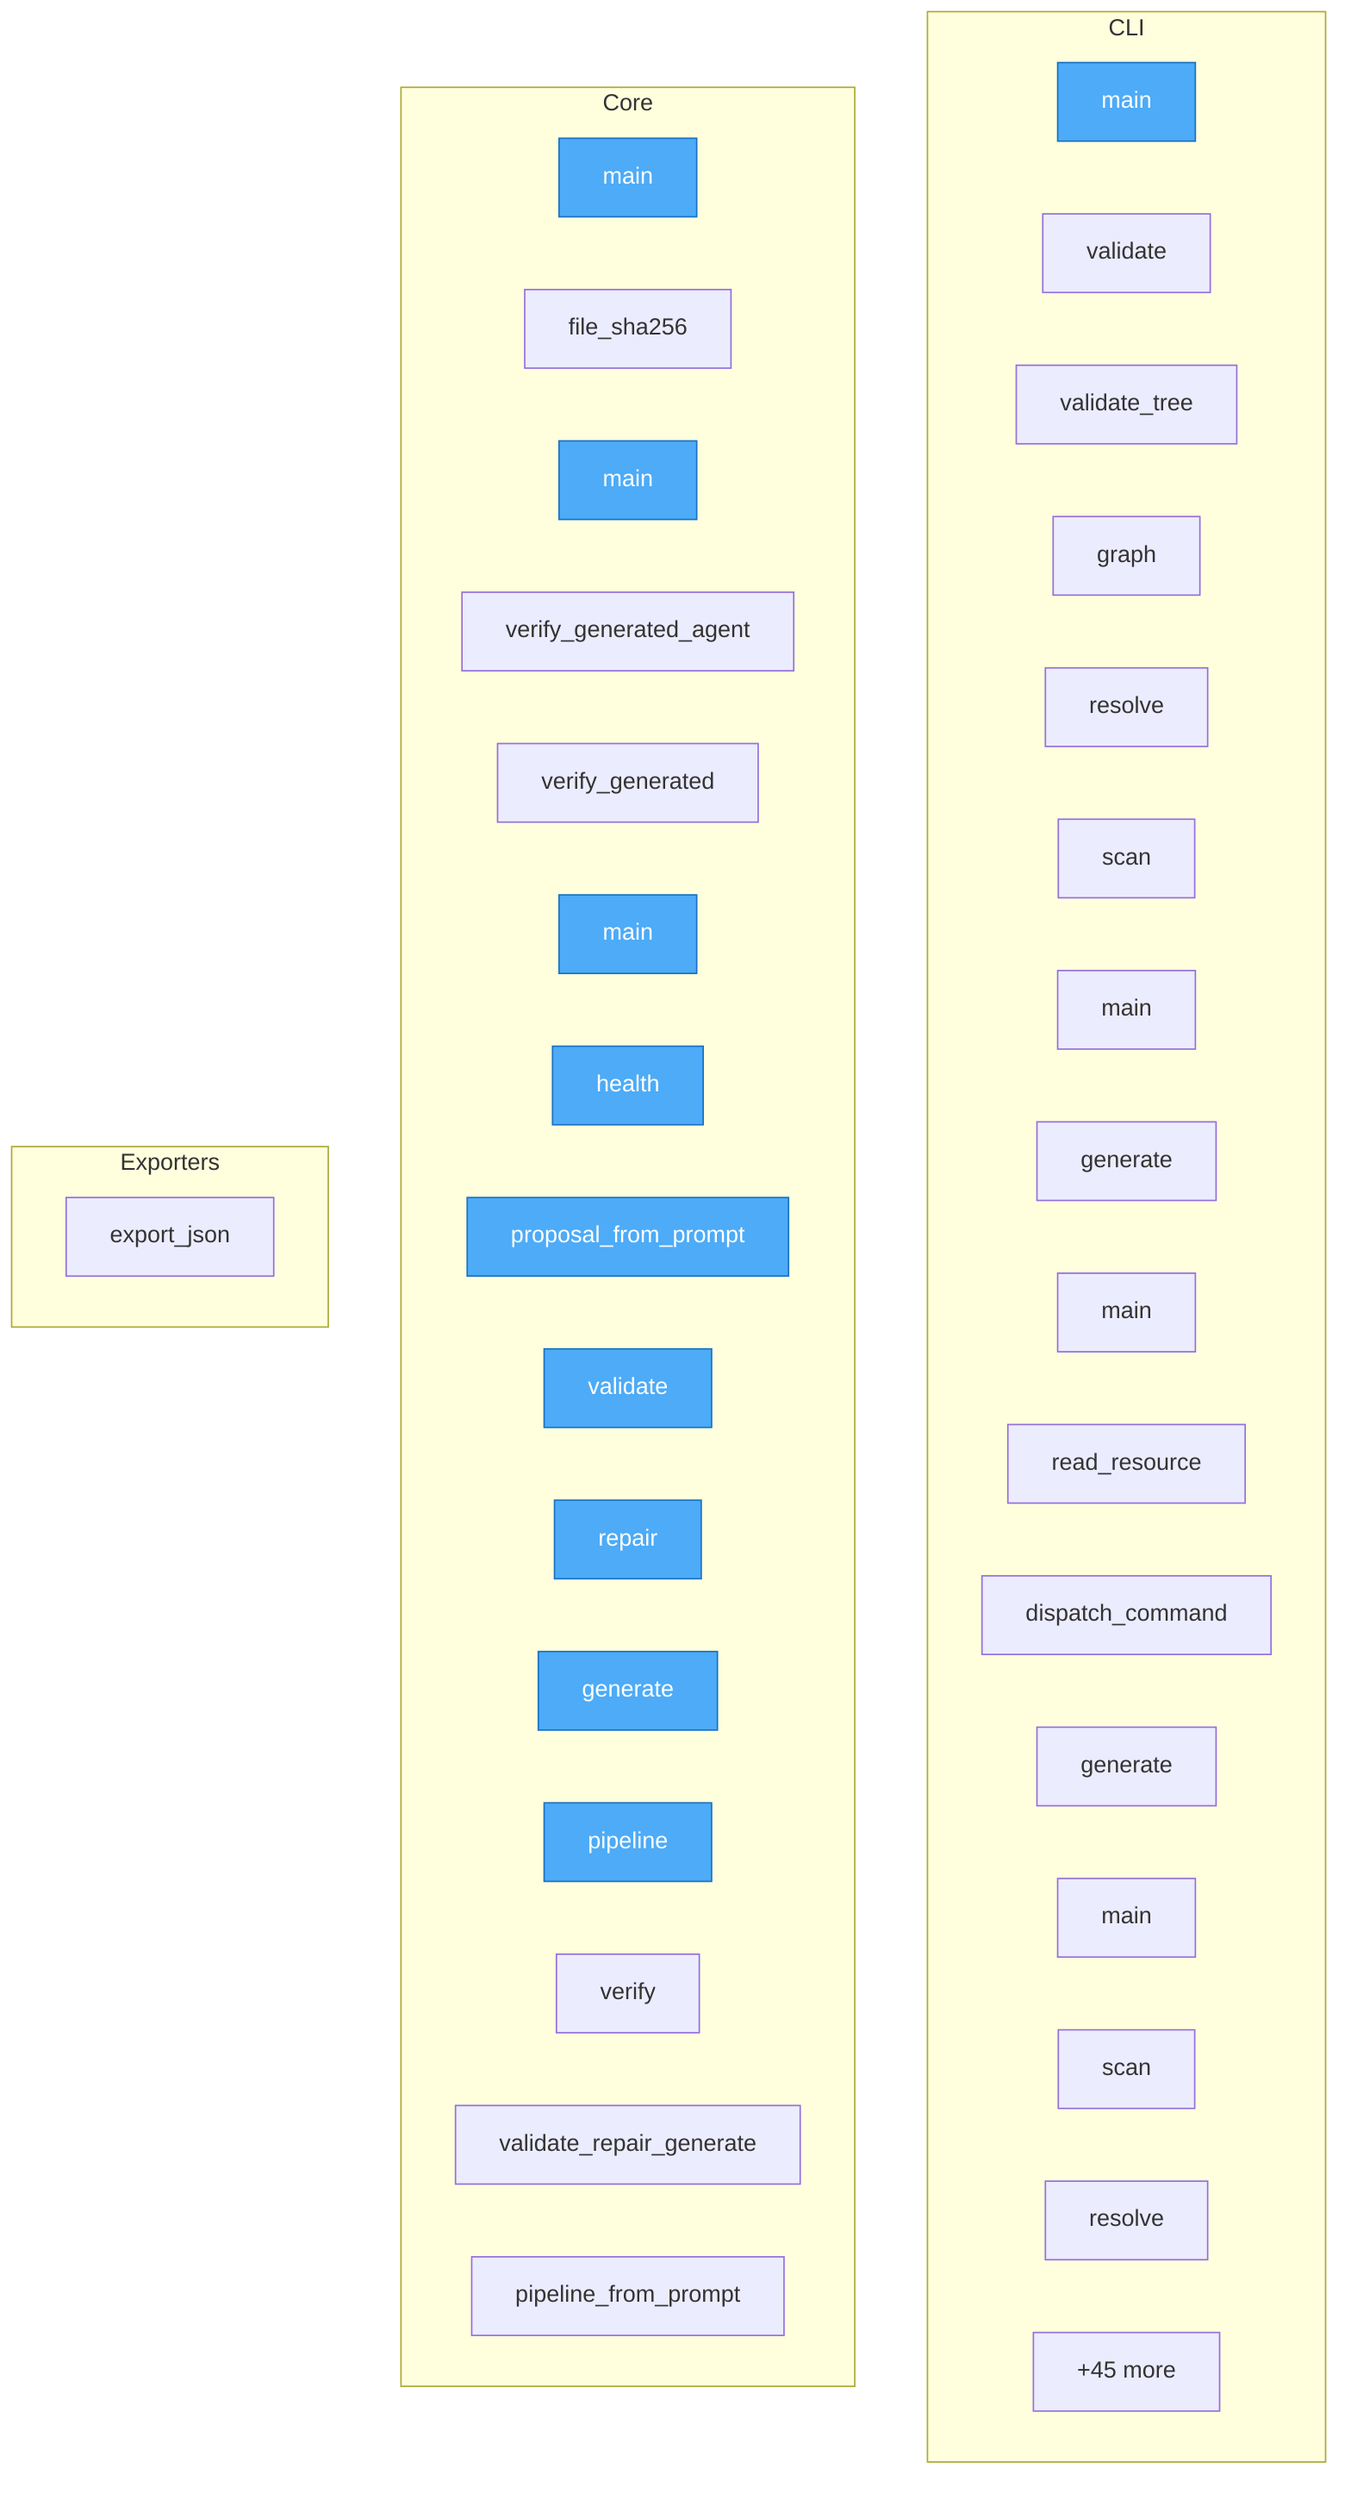
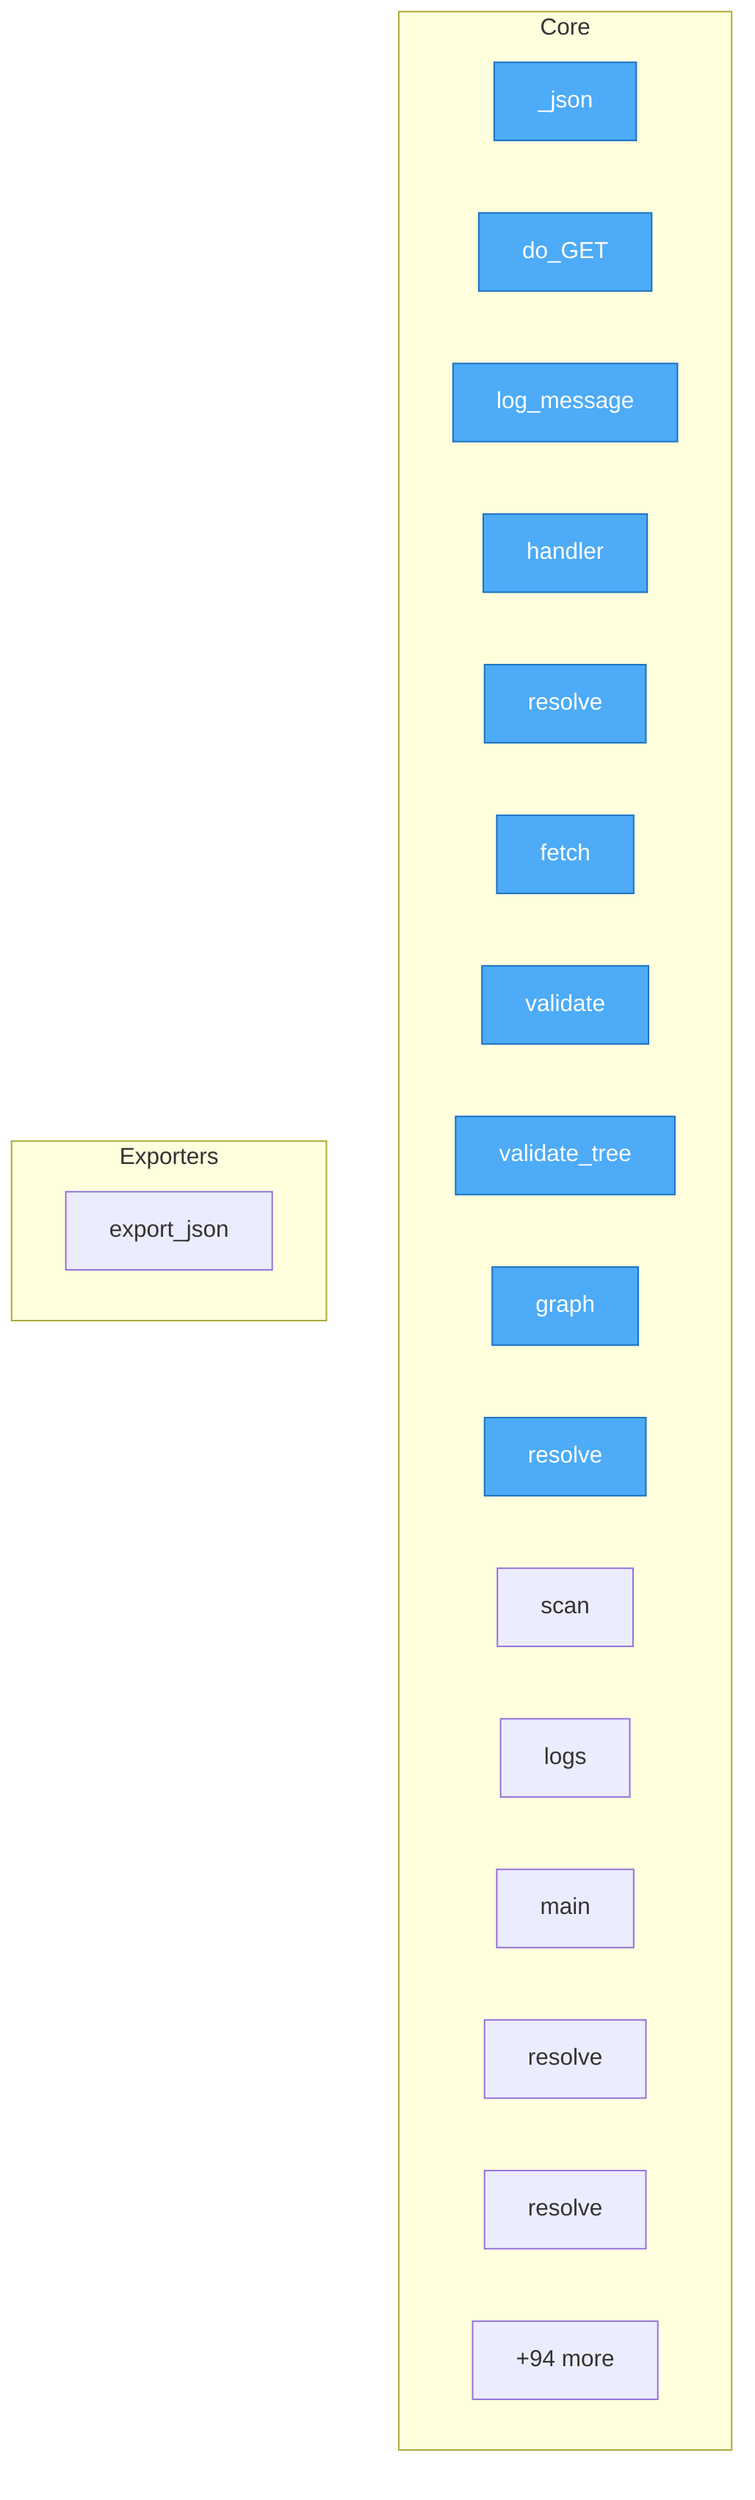
flowchart TD
%% generated in 0.01s

    %% Entry points (blue)
    classDef entry fill:#4dabf7,stroke:#1971c2,color:#fff

-     subgraph CLI
-         meta_agent__cli__main["main"]
-         uri3__cli__validate["validate"]
-         uri3__cli__validate_tree["validate_tree"]
-         uri3__cli__graph["graph"]
-         uri3__cli__resolve["resolve"]
-         uri3__cli__scan["scan"]
-         uri3__cli__main["main"]
-         nl2uri__cli__generate["generate"]
-         nl2uri__cli__main["main"]
-         runtime_client__client__ResourceRuntimeClient__read_resource["read_resource"]
-         runtime_client__client__ResourceRuntimeClient__dispatch_command["dispatch_command"]
-         nl2a__cli__generate["generate"]
-         nl2a__cli__main["main"]
-         hypervisor__cli__scan["scan"]
-         hypervisor__cli__resolve["resolve"]
-         ...["+3 more"]
-     end
- 
    subgraph Core
-         generator__validate__main["main"]
-         generator__hashutil__file_sha256["file_sha256"]
-         generator__agent_generator__main["main"]
-         generator__verify__verify_generated_agent["verify_generated_agent"]
-         generator__verify__verify_generated["verify_generated"]
-         generator__verify__main["main"]
-         meta_agent__api__health["health"]
-         meta_agent__api__proposal_from_prompt["proposal_from_prompt"]
-         meta_agent__api__validate["validate"]
-         meta_agent__api__repair["repair"]
-         meta_agent__api__generate["generate"]
-         meta_agent__api__pipeline["pipeline"]
-         meta_agent__api__verify["verify"]
-         meta_agent__orchestrator__validate_repair_generate["validate_repair_generate"]
-         meta_agent__orchestrator__pipeline_from_prompt["pipeline_from_prompt"]
-         ...["+45 more"]
+         testenv__ssh_agent_host__mock_agent_server__Handler___json["_json"]
+         testenv__ssh_agent_host__mock_agent_server__Handler__do_GET["do_GET"]
+         testenv__ssh_agent_host__mock_agent_server__Handler__log_message["log_message"]
+         domains__weather_map__handlers__generate_weather_map__handler["handler"]
+         packages__uri3__uri3__resolvers__http_resolver__HttpResolver__resolve["resolve"]
+         packages__uri3__uri3__resolvers__http_resolver__HttpResolver__fetch["fetch"]
+         packages__uri3__uri3__cli__validate["validate"]
+         packages__uri3__uri3__cli__validate_tree["validate_tree"]
+         packages__uri3__uri3__cli__graph["graph"]
+         packages__uri3__uri3__cli__resolve["resolve"]
+         packages__uri3__uri3__cli__scan["scan"]
+         packages__uri3__uri3__cli__logs["logs"]
+         packages__uri3__uri3__cli__main["main"]
+         packages__uri3__uri3__resolvers__env_resolver__EnvResolver__resolve["resolve"]
+         packages__uri3__uri3__resolvers__python_resolver__PythonResolver__resolve["resolve"]
+         ...["+94 more"]
    end

    subgraph Exporters
-         hypervisor__contract_registry__registry_exporter__export_json["export_json"]
+         packages__resource_agent_hypervisor__hypervisor__contract_registry__registry_exporter__export_json["export_json"]
    end

-     class generator__validate__main,generator__agent_generator__main,generator__verify__main,meta_agent__cli__main,meta_agent__api__health,meta_agent__api__proposal_from_prompt,meta_agent__api__validate,meta_agent__api__repair,meta_agent__api__generate,meta_agent__api__pipeline entry
+     class testenv__ssh_agent_host__mock_agent_server__Handler___json,testenv__ssh_agent_host__mock_agent_server__Handler__do_GET,testenv__ssh_agent_host__mock_agent_server__Handler__log_message,domains__weather_map__handlers__generate_weather_map__handler,packages__uri3__uri3__resolvers__http_resolver__HttpResolver__resolve,packages__uri3__uri3__resolvers__http_resolver__HttpResolver__fetch,packages__uri3__uri3__cli__validate,packages__uri3__uri3__cli__validate_tree,packages__uri3__uri3__cli__graph,packages__uri3__uri3__cli__resolve entry
